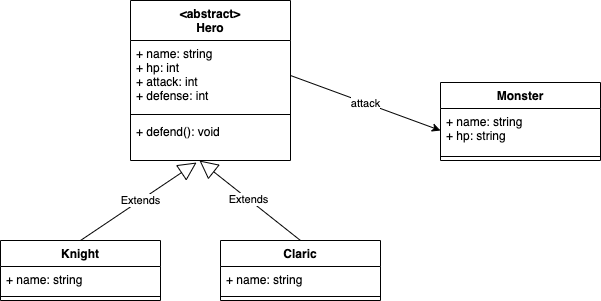
The draw.io diagram docs/poo/img/uml01.png in yostane/cours-techniques-de-programmation, before a commit. Source tidied: cells renumbered, new cells last; positions are measured from the earlier drawing's top-left corner, leaving out a move shared by most shapes. Source of this version:
```xml
<mxGraphModel>
  <root>
    <mxCell id="0" />
    <mxCell id="1" parent="0" />
    <mxCell id="2" value="Knight" style="swimlane;fontStyle=1;align=center;verticalAlign=top;horizontal=1;startSize=26;" parent="1" vertex="1">
      <mxGeometry y="240" width="160" height="60" as="geometry" />
    </mxCell>
    <mxCell id="3" value="+ name: string" style="text;strokeColor=none;fillColor=none;align=left;verticalAlign=top;spacingLeft=4;spacingRight=4;overflow=hidden;" parent="2" vertex="1">
      <mxGeometry y="26" width="160" height="26" as="geometry" />
    </mxCell>
    <mxCell id="4" style="line;strokeWidth=1;fillColor=none;align=left;verticalAlign=middle;spacingTop=-1;spacingLeft=3;spacingRight=3;labelPosition=right;strokeColor=inherit;" parent="2" vertex="1">
      <mxGeometry y="52" width="160" height="8" as="geometry" />
    </mxCell>
    <mxCell id="5" value="&lt;abstract&gt;&#10;Hero" style="swimlane;fontStyle=1;align=center;verticalAlign=top;horizontal=1;startSize=40;" parent="1" vertex="1">
      <mxGeometry x="130" width="160" height="160" as="geometry" />
    </mxCell>
    <mxCell id="6" value="+ name: string&#10;+ hp: int&#10;+ attack: int&#10;+ defense: int" style="text;strokeColor=none;fillColor=none;align=left;verticalAlign=top;spacingLeft=4;spacingRight=4;overflow=hidden;points=[[0,0.5],[1,0.5]];portConstraint=eastwest;" parent="5" vertex="1">
      <mxGeometry y="40" width="160" height="70" as="geometry" />
    </mxCell>
    <mxCell id="7" style="line;strokeWidth=1;fillColor=none;align=left;verticalAlign=middle;spacingTop=-1;spacingLeft=3;spacingRight=3;labelPosition=right;strokeColor=inherit;" parent="5" vertex="1">
      <mxGeometry y="110" width="160" height="8" as="geometry" />
    </mxCell>
    <mxCell id="8" value="+ defend(): void" style="text;strokeColor=none;fillColor=none;align=left;verticalAlign=top;spacingLeft=4;spacingRight=4;overflow=hidden;points=[[0,0.5],[1,0.5]];portConstraint=eastwest;" parent="5" vertex="1">
      <mxGeometry y="118" width="160" height="42" as="geometry" />
    </mxCell>
    <mxCell id="9" value="Monster" style="swimlane;fontStyle=1;align=center;verticalAlign=top;horizontal=1;startSize=26;" parent="1" vertex="1">
      <mxGeometry x="440" y="82" width="160" height="78" as="geometry" />
    </mxCell>
    <mxCell id="10" value="+ name: string&#10;+ hp: string" style="text;strokeColor=none;fillColor=none;align=left;verticalAlign=top;spacingLeft=4;spacingRight=4;overflow=hidden;points=[[0,0.5],[1,0.5]];portConstraint=eastwest;" parent="9" vertex="1">
      <mxGeometry y="26" width="160" height="44" as="geometry" />
    </mxCell>
    <mxCell id="11" style="line;strokeWidth=1;fillColor=none;align=left;verticalAlign=middle;spacingTop=-1;spacingLeft=3;spacingRight=3;labelPosition=right;strokeColor=inherit;" parent="9" vertex="1">
      <mxGeometry y="70" width="160" height="8" as="geometry" />
    </mxCell>
    <mxCell id="12" value="Claric" style="swimlane;fontStyle=1;align=center;verticalAlign=top;horizontal=1;startSize=26;" parent="1" vertex="1">
      <mxGeometry x="220" y="240" width="160" height="60" as="geometry" />
    </mxCell>
    <mxCell id="13" value="+ name: string" style="text;strokeColor=none;fillColor=none;align=left;verticalAlign=top;spacingLeft=4;spacingRight=4;overflow=hidden;" parent="12" vertex="1">
      <mxGeometry y="26" width="160" height="26" as="geometry" />
    </mxCell>
    <mxCell id="14" style="line;strokeWidth=1;fillColor=none;align=left;verticalAlign=middle;spacingTop=-1;spacingLeft=3;spacingRight=3;labelPosition=right;strokeColor=inherit;" parent="12" vertex="1">
      <mxGeometry y="52" width="160" height="8" as="geometry" />
    </mxCell>
    <mxCell id="15" value="Extends" style="endArrow=block;endSize=16;endFill=0;html=1;exitX=0.5;exitY=0;exitDx=0;exitDy=0;entryX=0.413;entryY=1.048;entryDx=0;entryDy=0;entryPerimeter=0;" parent="1" edge="1" source="2" target="8">
      <mxGeometry x="0.03" relative="1" as="geometry" />
    </mxCell>
    <mxCell id="16" value="Extends" style="endArrow=block;endSize=16;endFill=0;html=1;exitX=0.5;exitY=0;exitDx=0;exitDy=0;entryX=0.431;entryY=1;entryDx=0;entryDy=0;entryPerimeter=0;" parent="1" edge="1" source="12" target="8">
      <mxGeometry x="0.03" relative="1" as="geometry" />
    </mxCell>
    <mxCell id="17" value="attack" style="edgeStyle=none;html=1;exitX=1;exitY=0.5;exitDx=0;exitDy=0;entryX=0;entryY=0.5;entryDx=0;entryDy=0;" parent="1" edge="1" source="6" target="10">
      <mxGeometry relative="1" as="geometry" />
    </mxCell>
  </root>
</mxGraphModel>
```
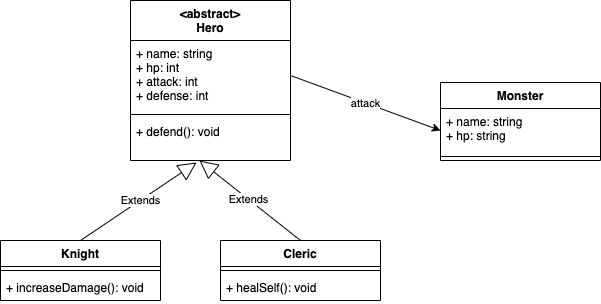
The same file after the commit.

Commit message:
maj diagrams

Change to the diagram source:
```diff
@@ -2,15 +2,6 @@
   <root>
     <mxCell id="0" />
     <mxCell id="1" parent="0" />
-    <mxCell id="2" value="Knight" style="swimlane;fontStyle=1;align=center;verticalAlign=top;horizontal=1;startSize=26;" parent="1" vertex="1">
-      <mxGeometry y="240" width="160" height="60" as="geometry" />
-    </mxCell>
-    <mxCell id="3" value="+ name: string" style="text;strokeColor=none;fillColor=none;align=left;verticalAlign=top;spacingLeft=4;spacingRight=4;overflow=hidden;" parent="2" vertex="1">
-      <mxGeometry y="26" width="160" height="26" as="geometry" />
-    </mxCell>
-    <mxCell id="4" style="line;strokeWidth=1;fillColor=none;align=left;verticalAlign=middle;spacingTop=-1;spacingLeft=3;spacingRight=3;labelPosition=right;strokeColor=inherit;" parent="2" vertex="1">
-      <mxGeometry y="52" width="160" height="8" as="geometry" />
-    </mxCell>
     <mxCell id="5" value="&lt;abstract&gt;&#10;Hero" style="swimlane;fontStyle=1;align=center;verticalAlign=top;horizontal=1;startSize=40;" parent="1" vertex="1">
       <mxGeometry x="130" width="160" height="160" as="geometry" />
     </mxCell>
@@ -32,23 +23,36 @@
     <mxCell id="11" style="line;strokeWidth=1;fillColor=none;align=left;verticalAlign=middle;spacingTop=-1;spacingLeft=3;spacingRight=3;labelPosition=right;strokeColor=inherit;" parent="9" vertex="1">
       <mxGeometry y="70" width="160" height="8" as="geometry" />
     </mxCell>
-    <mxCell id="12" value="Claric" style="swimlane;fontStyle=1;align=center;verticalAlign=top;horizontal=1;startSize=26;" parent="1" vertex="1">
-      <mxGeometry x="220" y="240" width="160" height="60" as="geometry" />
-    </mxCell>
-    <mxCell id="13" value="+ name: string" style="text;strokeColor=none;fillColor=none;align=left;verticalAlign=top;spacingLeft=4;spacingRight=4;overflow=hidden;" parent="12" vertex="1">
-      <mxGeometry y="26" width="160" height="26" as="geometry" />
-    </mxCell>
-    <mxCell id="14" style="line;strokeWidth=1;fillColor=none;align=left;verticalAlign=middle;spacingTop=-1;spacingLeft=3;spacingRight=3;labelPosition=right;strokeColor=inherit;" parent="12" vertex="1">
-      <mxGeometry y="52" width="160" height="8" as="geometry" />
-    </mxCell>
-    <mxCell id="15" value="Extends" style="endArrow=block;endSize=16;endFill=0;html=1;exitX=0.5;exitY=0;exitDx=0;exitDy=0;entryX=0.413;entryY=1.048;entryDx=0;entryDy=0;entryPerimeter=0;" parent="1" edge="1" source="2" target="8">
-      <mxGeometry x="0.03" relative="1" as="geometry" />
+    <mxCell id="15" value="Extends" style="endArrow=block;endSize=16;endFill=0;html=1;exitX=0.5;exitY=0;exitDx=0;exitDy=0;entryX=0.413;entryY=1.048;entryDx=0;entryDy=0;entryPerimeter=0;" parent="1" edge="1" target="8">
+      <mxGeometry x="0.03" relative="1" as="geometry">
+        <mxPoint x="80" y="240" as="sourcePoint" />
+      </mxGeometry>
     </mxCell>
-    <mxCell id="16" value="Extends" style="endArrow=block;endSize=16;endFill=0;html=1;exitX=0.5;exitY=0;exitDx=0;exitDy=0;entryX=0.431;entryY=1;entryDx=0;entryDy=0;entryPerimeter=0;" parent="1" edge="1" source="12" target="8">
-      <mxGeometry x="0.03" relative="1" as="geometry" />
+    <mxCell id="16" value="Extends" style="endArrow=block;endSize=16;endFill=0;html=1;exitX=0.5;exitY=0;exitDx=0;exitDy=0;entryX=0.431;entryY=1;entryDx=0;entryDy=0;entryPerimeter=0;" parent="1" edge="1" target="8">
+      <mxGeometry x="0.03" relative="1" as="geometry">
+        <mxPoint x="300" y="240" as="sourcePoint" />
+      </mxGeometry>
     </mxCell>
     <mxCell id="17" value="attack" style="edgeStyle=none;html=1;exitX=1;exitY=0.5;exitDx=0;exitDy=0;entryX=0;entryY=0.5;entryDx=0;entryDy=0;" parent="1" edge="1" source="6" target="10">
       <mxGeometry relative="1" as="geometry" />
     </mxCell>
+    <mxCell id="18" value="Cleric" style="swimlane;fontStyle=1;align=center;verticalAlign=top;horizontal=1;startSize=26;" parent="1" vertex="1">
+      <mxGeometry x="220" y="240" width="160" height="60" as="geometry" />
+    </mxCell>
+    <mxCell id="19" style="line;strokeWidth=1;fillColor=none;align=left;verticalAlign=middle;spacingTop=-1;spacingLeft=3;spacingRight=3;labelPosition=right;strokeColor=inherit;" parent="18" vertex="1">
+      <mxGeometry y="26" width="160" height="8" as="geometry" />
+    </mxCell>
+    <mxCell id="20" value="+ healSelf(): void" style="text;strokeColor=none;fillColor=none;align=left;verticalAlign=top;spacingLeft=4;spacingRight=4;overflow=hidden;" parent="18" vertex="1">
+      <mxGeometry y="34" width="160" height="26" as="geometry" />
+    </mxCell>
+    <mxCell id="2" value="Knight" style="swimlane;fontStyle=1;align=center;verticalAlign=top;horizontal=1;startSize=26;" parent="1" vertex="1">
+      <mxGeometry y="240" width="160" height="60" as="geometry" />
+    </mxCell>
+    <mxCell id="21" style="line;strokeWidth=1;fillColor=none;align=left;verticalAlign=middle;spacingTop=-1;spacingLeft=3;spacingRight=3;labelPosition=right;strokeColor=inherit;" parent="2" vertex="1">
+      <mxGeometry y="26" width="160" height="8" as="geometry" />
+    </mxCell>
+    <mxCell id="22" value="+ increaseDamage(): void" style="text;strokeColor=none;fillColor=none;align=left;verticalAlign=top;spacingLeft=4;spacingRight=4;overflow=hidden;" parent="2" vertex="1">
+      <mxGeometry y="34" width="160" height="26" as="geometry" />
+    </mxCell>
   </root>
 </mxGraphModel>
```
